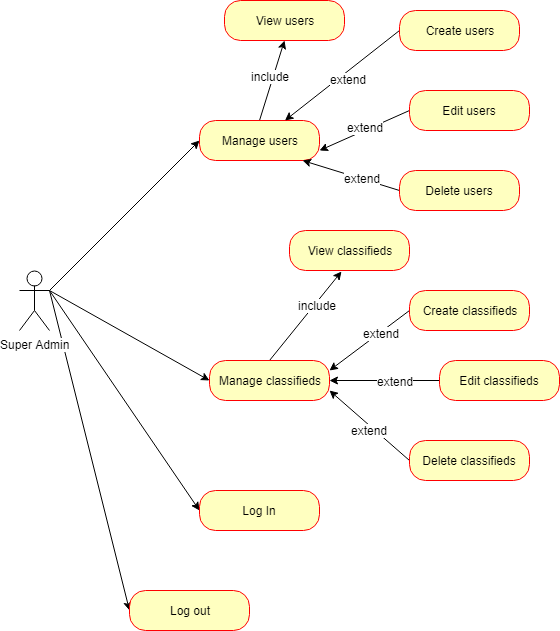
ioannidis/e-career-office-web-app keeps this draw.io diagram as diagrams/superadmin/use_case_phase_2.png. Above is the earlier version. Source tidied: cells renumbered, new cells last; positions are measured from the earlier drawing's top-left corner, leaving out a move shared by most shapes. The source it was exported from:
```xml
<mxGraphModel>
  <root>
    <mxCell id="0" />
    <mxCell id="1" parent="0" />
    <mxCell id="2" style="rounded=0;jettySize=auto;html=1;exitX=1;exitY=0.3333333333333333;exitDx=0;exitDy=0;exitPerimeter=0;entryX=0;entryY=0.5;entryDx=0;entryDy=0;" parent="1" edge="1" source="6" target="9">
      <mxGeometry relative="1" as="geometry" />
    </mxCell>
    <mxCell id="3" style="rounded=0;jettySize=auto;html=1;exitX=1;exitY=0.3333333333333333;exitDx=0;exitDy=0;exitPerimeter=0;entryX=0;entryY=0.5;entryDx=0;entryDy=0;" parent="1" edge="1" source="6" target="13">
      <mxGeometry relative="1" as="geometry" />
    </mxCell>
    <mxCell id="4" style="rounded=0;jettySize=auto;html=1;exitX=1;exitY=0.3333333333333333;exitDx=0;exitDy=0;exitPerimeter=0;entryX=0;entryY=0.5;entryDx=0;entryDy=0;" parent="1" edge="1" source="6" target="14">
      <mxGeometry relative="1" as="geometry" />
    </mxCell>
    <mxCell id="5" style="edgeStyle=none;rounded=0;jettySize=auto;html=1;exitX=1;exitY=0.3333333333333333;exitDx=0;exitDy=0;exitPerimeter=0;entryX=0;entryY=0.5;entryDx=0;entryDy=0;" parent="1" edge="1" source="6" target="12">
      <mxGeometry relative="1" as="geometry" />
    </mxCell>
    <mxCell id="6" value="Super Admin" style="shape=umlActor;verticalLabelPosition=bottom;labelBackgroundColor=#ffffff;verticalAlign=top;html=1;" parent="1" vertex="1">
      <mxGeometry y="270" width="30" height="60" as="geometry" />
    </mxCell>
    <mxCell id="7" style="edgeStyle=none;rounded=0;jettySize=auto;html=1;exitX=0.5;exitY=0;exitDx=0;exitDy=0;entryX=0.5;entryY=1;entryDx=0;entryDy=0;" parent="1" edge="1" source="9" target="33">
      <mxGeometry relative="1" as="geometry" />
    </mxCell>
    <mxCell id="8" value="include" style="text;html=1;align=center;verticalAlign=middle;labelBackgroundColor=#ffffff;" parent="7" vertex="1">
      <mxGeometry x="-0.22" relative="1" as="geometry">
        <mxPoint x="1" y="-13" as="offset" />
      </mxGeometry>
    </mxCell>
    <mxCell id="9" value="Manage users" style="rounded=1;whiteSpace=wrap;html=1;arcSize=40;fontColor=#000000;fillColor=#ffffc0;strokeColor=#ff0000;" parent="1" vertex="1">
      <mxGeometry x="180" y="120" width="120" height="40" as="geometry" />
    </mxCell>
    <mxCell id="10" style="edgeStyle=none;rounded=0;jettySize=auto;html=1;exitX=0.5;exitY=0;exitDx=0;exitDy=0;entryX=0.433;entryY=1.025;entryDx=0;entryDy=0;entryPerimeter=0;" parent="1" edge="1" source="12" target="34">
      <mxGeometry relative="1" as="geometry" />
    </mxCell>
    <mxCell id="11" value="include" style="text;html=1;align=center;verticalAlign=middle;labelBackgroundColor=#ffffff;" parent="10" vertex="1">
      <mxGeometry x="0.29" y="-3" relative="1" as="geometry">
        <mxPoint x="-1" as="offset" />
      </mxGeometry>
    </mxCell>
    <mxCell id="12" value="Manage classifieds" style="rounded=1;whiteSpace=wrap;html=1;arcSize=40;fontColor=#000000;fillColor=#ffffc0;strokeColor=#ff0000;" parent="1" vertex="1">
      <mxGeometry x="190" y="360" width="120" height="40" as="geometry" />
    </mxCell>
    <mxCell id="13" value="Log In" style="rounded=1;whiteSpace=wrap;html=1;arcSize=40;fontColor=#000000;fillColor=#ffffc0;strokeColor=#ff0000;" parent="1" vertex="1">
      <mxGeometry x="180" y="490" width="120" height="40" as="geometry" />
    </mxCell>
    <mxCell id="14" value="Log out" style="rounded=1;whiteSpace=wrap;html=1;arcSize=40;fontColor=#000000;fillColor=#ffffc0;strokeColor=#ff0000;" parent="1" vertex="1">
      <mxGeometry x="110" y="590" width="120" height="40" as="geometry" />
    </mxCell>
    <mxCell id="15" style="edgeStyle=none;rounded=0;jettySize=auto;html=1;exitX=0;exitY=0.5;exitDx=0;exitDy=0;" parent="1" edge="1" source="17" target="9">
      <mxGeometry relative="1" as="geometry" />
    </mxCell>
    <mxCell id="16" value="extend" style="text;html=1;align=center;verticalAlign=middle;labelBackgroundColor=#ffffff;" parent="15" vertex="1">
      <mxGeometry x="0.22" y="4" relative="1" as="geometry">
        <mxPoint x="16" y="-9.5" as="offset" />
      </mxGeometry>
    </mxCell>
    <mxCell id="17" value="Create users" style="rounded=1;whiteSpace=wrap;html=1;arcSize=40;fontColor=#000000;fillColor=#ffffc0;strokeColor=#ff0000;" parent="1" vertex="1">
      <mxGeometry x="380" y="10" width="120" height="40" as="geometry" />
    </mxCell>
    <mxCell id="18" style="edgeStyle=none;rounded=0;jettySize=auto;html=1;exitX=0;exitY=0.5;exitDx=0;exitDy=0;entryX=1;entryY=0.75;entryDx=0;entryDy=0;" parent="1" edge="1" source="20" target="9">
      <mxGeometry relative="1" as="geometry" />
    </mxCell>
    <mxCell id="19" value="extend" style="text;html=1;align=center;verticalAlign=middle;labelBackgroundColor=#ffffff;" parent="18" vertex="1">
      <mxGeometry x="0.22" y="4" relative="1" as="geometry">
        <mxPoint x="9" y="-12" as="offset" />
      </mxGeometry>
    </mxCell>
    <mxCell id="20" value="Edit users" style="rounded=1;whiteSpace=wrap;html=1;arcSize=40;fontColor=#000000;fillColor=#ffffc0;strokeColor=#ff0000;" parent="1" vertex="1">
      <mxGeometry x="390" y="90" width="120" height="40" as="geometry" />
    </mxCell>
    <mxCell id="21" style="edgeStyle=none;rounded=0;jettySize=auto;html=1;exitX=0;exitY=0.5;exitDx=0;exitDy=0;entryX=0.858;entryY=1;entryDx=0;entryDy=0;entryPerimeter=0;" parent="1" edge="1" source="23" target="9">
      <mxGeometry relative="1" as="geometry" />
    </mxCell>
    <mxCell id="22" value="extend" style="text;html=1;align=center;verticalAlign=middle;labelBackgroundColor=#ffffff;" parent="21" vertex="1">
      <mxGeometry x="-0.22" y="-1" relative="1" as="geometry" />
    </mxCell>
    <mxCell id="23" value="Delete users&lt;br&gt;" style="rounded=1;whiteSpace=wrap;html=1;arcSize=40;fontColor=#000000;fillColor=#ffffc0;strokeColor=#ff0000;" parent="1" vertex="1">
      <mxGeometry x="380" y="170" width="120" height="40" as="geometry" />
    </mxCell>
    <mxCell id="24" style="edgeStyle=none;rounded=0;jettySize=auto;html=1;exitX=0;exitY=0.5;exitDx=0;exitDy=0;entryX=1;entryY=0.25;entryDx=0;entryDy=0;" parent="1" edge="1" source="26" target="12">
      <mxGeometry relative="1" as="geometry" />
    </mxCell>
    <mxCell id="25" value="extend" style="text;html=1;align=center;verticalAlign=middle;labelBackgroundColor=#ffffff;" parent="24" vertex="1">
      <mxGeometry x="-0.28" y="1" relative="1" as="geometry" />
    </mxCell>
    <mxCell id="26" value="Create classifieds" style="rounded=1;whiteSpace=wrap;html=1;arcSize=40;fontColor=#000000;fillColor=#ffffc0;strokeColor=#ff0000;" parent="1" vertex="1">
      <mxGeometry x="390" y="290" width="120" height="40" as="geometry" />
    </mxCell>
    <mxCell id="27" style="edgeStyle=none;rounded=0;jettySize=auto;html=1;exitX=0;exitY=0.5;exitDx=0;exitDy=0;entryX=1;entryY=0.5;entryDx=0;entryDy=0;" parent="1" edge="1" source="29" target="12">
      <mxGeometry relative="1" as="geometry" />
    </mxCell>
    <mxCell id="28" value="extend" style="text;html=1;align=center;verticalAlign=middle;labelBackgroundColor=#ffffff;" parent="27" vertex="1">
      <mxGeometry x="-0.18" relative="1" as="geometry" />
    </mxCell>
    <mxCell id="29" value="Edit classifieds" style="rounded=1;whiteSpace=wrap;html=1;arcSize=40;fontColor=#000000;fillColor=#ffffc0;strokeColor=#ff0000;" parent="1" vertex="1">
      <mxGeometry x="420" y="360" width="120" height="40" as="geometry" />
    </mxCell>
    <mxCell id="30" style="edgeStyle=none;rounded=0;jettySize=auto;html=1;exitX=0;exitY=0.5;exitDx=0;exitDy=0;entryX=1;entryY=0.75;entryDx=0;entryDy=0;" parent="1" edge="1" source="32" target="12">
      <mxGeometry relative="1" as="geometry" />
    </mxCell>
    <mxCell id="31" value="extend" style="text;html=1;align=center;verticalAlign=middle;labelBackgroundColor=#ffffff;" parent="30" vertex="1">
      <mxGeometry x="0.25" y="-2" relative="1" as="geometry">
        <mxPoint x="9" y="15.5" as="offset" />
      </mxGeometry>
    </mxCell>
    <mxCell id="32" value="Delete classifieds" style="rounded=1;whiteSpace=wrap;html=1;arcSize=40;fontColor=#000000;fillColor=#ffffc0;strokeColor=#ff0000;" parent="1" vertex="1">
      <mxGeometry x="390" y="440" width="120" height="40" as="geometry" />
    </mxCell>
    <mxCell id="33" value="View users" style="rounded=1;whiteSpace=wrap;html=1;arcSize=40;fontColor=#000000;fillColor=#ffffc0;strokeColor=#ff0000;" parent="1" vertex="1">
      <mxGeometry x="205" width="120" height="40" as="geometry" />
    </mxCell>
    <mxCell id="34" value="View classifieds" style="rounded=1;whiteSpace=wrap;html=1;arcSize=40;fontColor=#000000;fillColor=#ffffc0;strokeColor=#ff0000;" parent="1" vertex="1">
      <mxGeometry x="270" y="230" width="120" height="40" as="geometry" />
    </mxCell>
    <mxCell id="35" style="edgeStyle=orthogonalEdgeStyle;rounded=0;orthogonalLoop=1;jettySize=auto;html=1;exitX=0.5;exitY=1;exitDx=0;exitDy=0;" parent="1" edge="1" source="33" target="33">
      <mxGeometry relative="1" as="geometry" />
    </mxCell>
  </root>
</mxGraphModel>
```
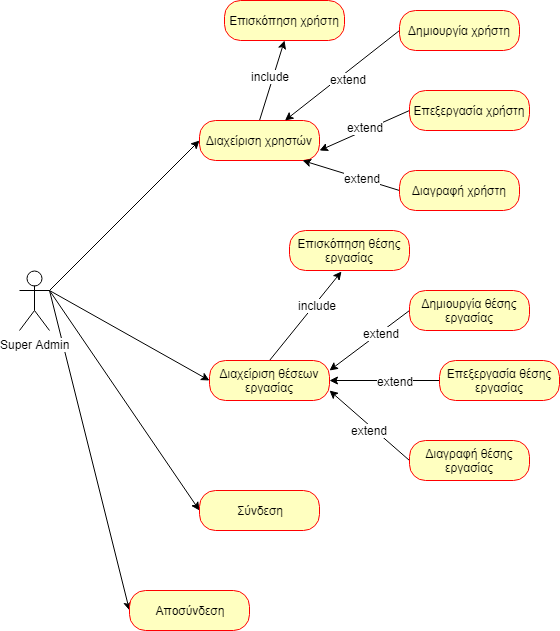
Above is the later version.

Diff of the diagram source:
```diff
@@ -25,7 +25,7 @@
         <mxPoint x="1" y="-13" as="offset" />
       </mxGeometry>
     </mxCell>
-    <mxCell id="9" value="Manage users" style="rounded=1;whiteSpace=wrap;html=1;arcSize=40;fontColor=#000000;fillColor=#ffffc0;strokeColor=#ff0000;" parent="1" vertex="1">
+    <mxCell id="9" value="Διαχείριση χρηστών" style="rounded=1;whiteSpace=wrap;html=1;arcSize=40;fontColor=#000000;fillColor=#ffffc0;strokeColor=#ff0000;" parent="1" vertex="1">
       <mxGeometry x="180" y="120" width="120" height="40" as="geometry" />
     </mxCell>
     <mxCell id="10" style="edgeStyle=none;rounded=0;jettySize=auto;html=1;exitX=0.5;exitY=0;exitDx=0;exitDy=0;entryX=0.433;entryY=1.025;entryDx=0;entryDy=0;entryPerimeter=0;" parent="1" edge="1" source="12" target="34">
@@ -36,13 +36,13 @@
         <mxPoint x="-1" as="offset" />
       </mxGeometry>
     </mxCell>
-    <mxCell id="12" value="Manage classifieds" style="rounded=1;whiteSpace=wrap;html=1;arcSize=40;fontColor=#000000;fillColor=#ffffc0;strokeColor=#ff0000;" parent="1" vertex="1">
+    <mxCell id="12" value="Διαχείριση θέσεων εργασίας" style="rounded=1;whiteSpace=wrap;html=1;arcSize=40;fontColor=#000000;fillColor=#ffffc0;strokeColor=#ff0000;" parent="1" vertex="1">
       <mxGeometry x="190" y="360" width="120" height="40" as="geometry" />
     </mxCell>
-    <mxCell id="13" value="Log In" style="rounded=1;whiteSpace=wrap;html=1;arcSize=40;fontColor=#000000;fillColor=#ffffc0;strokeColor=#ff0000;" parent="1" vertex="1">
+    <mxCell id="13" value="Σύνδεση" style="rounded=1;whiteSpace=wrap;html=1;arcSize=40;fontColor=#000000;fillColor=#ffffc0;strokeColor=#ff0000;" parent="1" vertex="1">
       <mxGeometry x="180" y="490" width="120" height="40" as="geometry" />
     </mxCell>
-    <mxCell id="14" value="Log out" style="rounded=1;whiteSpace=wrap;html=1;arcSize=40;fontColor=#000000;fillColor=#ffffc0;strokeColor=#ff0000;" parent="1" vertex="1">
+    <mxCell id="14" value="Αποσύνδεση" style="rounded=1;whiteSpace=wrap;html=1;arcSize=40;fontColor=#000000;fillColor=#ffffc0;strokeColor=#ff0000;" parent="1" vertex="1">
       <mxGeometry x="110" y="590" width="120" height="40" as="geometry" />
     </mxCell>
     <mxCell id="15" style="edgeStyle=none;rounded=0;jettySize=auto;html=1;exitX=0;exitY=0.5;exitDx=0;exitDy=0;" parent="1" edge="1" source="17" target="9">
@@ -53,7 +53,7 @@
         <mxPoint x="16" y="-9.5" as="offset" />
       </mxGeometry>
     </mxCell>
-    <mxCell id="17" value="Create users" style="rounded=1;whiteSpace=wrap;html=1;arcSize=40;fontColor=#000000;fillColor=#ffffc0;strokeColor=#ff0000;" parent="1" vertex="1">
+    <mxCell id="17" value="Δημιουργία χρήστη" style="rounded=1;whiteSpace=wrap;html=1;arcSize=40;fontColor=#000000;fillColor=#ffffc0;strokeColor=#ff0000;" parent="1" vertex="1">
       <mxGeometry x="380" y="10" width="120" height="40" as="geometry" />
     </mxCell>
     <mxCell id="18" style="edgeStyle=none;rounded=0;jettySize=auto;html=1;exitX=0;exitY=0.5;exitDx=0;exitDy=0;entryX=1;entryY=0.75;entryDx=0;entryDy=0;" parent="1" edge="1" source="20" target="9">
@@ -64,7 +64,7 @@
         <mxPoint x="9" y="-12" as="offset" />
       </mxGeometry>
     </mxCell>
-    <mxCell id="20" value="Edit users" style="rounded=1;whiteSpace=wrap;html=1;arcSize=40;fontColor=#000000;fillColor=#ffffc0;strokeColor=#ff0000;" parent="1" vertex="1">
+    <mxCell id="20" value="Επεξεργασία χρήστη" style="rounded=1;whiteSpace=wrap;html=1;arcSize=40;fontColor=#000000;fillColor=#ffffc0;strokeColor=#ff0000;" parent="1" vertex="1">
       <mxGeometry x="390" y="90" width="120" height="40" as="geometry" />
     </mxCell>
     <mxCell id="21" style="edgeStyle=none;rounded=0;jettySize=auto;html=1;exitX=0;exitY=0.5;exitDx=0;exitDy=0;entryX=0.858;entryY=1;entryDx=0;entryDy=0;entryPerimeter=0;" parent="1" edge="1" source="23" target="9">
@@ -73,7 +73,7 @@
     <mxCell id="22" value="extend" style="text;html=1;align=center;verticalAlign=middle;labelBackgroundColor=#ffffff;" parent="21" vertex="1">
       <mxGeometry x="-0.22" y="-1" relative="1" as="geometry" />
     </mxCell>
-    <mxCell id="23" value="Delete users&lt;br&gt;" style="rounded=1;whiteSpace=wrap;html=1;arcSize=40;fontColor=#000000;fillColor=#ffffc0;strokeColor=#ff0000;" parent="1" vertex="1">
+    <mxCell id="23" value="Διαγραφή χρήστη&lt;br&gt;" style="rounded=1;whiteSpace=wrap;html=1;arcSize=40;fontColor=#000000;fillColor=#ffffc0;strokeColor=#ff0000;" parent="1" vertex="1">
       <mxGeometry x="380" y="170" width="120" height="40" as="geometry" />
     </mxCell>
     <mxCell id="24" style="edgeStyle=none;rounded=0;jettySize=auto;html=1;exitX=0;exitY=0.5;exitDx=0;exitDy=0;entryX=1;entryY=0.25;entryDx=0;entryDy=0;" parent="1" edge="1" source="26" target="12">
@@ -82,7 +82,7 @@
     <mxCell id="25" value="extend" style="text;html=1;align=center;verticalAlign=middle;labelBackgroundColor=#ffffff;" parent="24" vertex="1">
       <mxGeometry x="-0.28" y="1" relative="1" as="geometry" />
     </mxCell>
-    <mxCell id="26" value="Create classifieds" style="rounded=1;whiteSpace=wrap;html=1;arcSize=40;fontColor=#000000;fillColor=#ffffc0;strokeColor=#ff0000;" parent="1" vertex="1">
+    <mxCell id="26" value="Δημιουργία θέσης εργασίας" style="rounded=1;whiteSpace=wrap;html=1;arcSize=40;fontColor=#000000;fillColor=#ffffc0;strokeColor=#ff0000;" parent="1" vertex="1">
       <mxGeometry x="390" y="290" width="120" height="40" as="geometry" />
     </mxCell>
     <mxCell id="27" style="edgeStyle=none;rounded=0;jettySize=auto;html=1;exitX=0;exitY=0.5;exitDx=0;exitDy=0;entryX=1;entryY=0.5;entryDx=0;entryDy=0;" parent="1" edge="1" source="29" target="12">
@@ -91,7 +91,7 @@
     <mxCell id="28" value="extend" style="text;html=1;align=center;verticalAlign=middle;labelBackgroundColor=#ffffff;" parent="27" vertex="1">
       <mxGeometry x="-0.18" relative="1" as="geometry" />
     </mxCell>
-    <mxCell id="29" value="Edit classifieds" style="rounded=1;whiteSpace=wrap;html=1;arcSize=40;fontColor=#000000;fillColor=#ffffc0;strokeColor=#ff0000;" parent="1" vertex="1">
+    <mxCell id="29" value="Επεξεργασία θέσης εργασίας" style="rounded=1;whiteSpace=wrap;html=1;arcSize=40;fontColor=#000000;fillColor=#ffffc0;strokeColor=#ff0000;" parent="1" vertex="1">
       <mxGeometry x="420" y="360" width="120" height="40" as="geometry" />
     </mxCell>
     <mxCell id="30" style="edgeStyle=none;rounded=0;jettySize=auto;html=1;exitX=0;exitY=0.5;exitDx=0;exitDy=0;entryX=1;entryY=0.75;entryDx=0;entryDy=0;" parent="1" edge="1" source="32" target="12">
@@ -102,13 +102,13 @@
         <mxPoint x="9" y="15.5" as="offset" />
       </mxGeometry>
     </mxCell>
-    <mxCell id="32" value="Delete classifieds" style="rounded=1;whiteSpace=wrap;html=1;arcSize=40;fontColor=#000000;fillColor=#ffffc0;strokeColor=#ff0000;" parent="1" vertex="1">
+    <mxCell id="32" value="Διαγραφή θέσης εργασίας" style="rounded=1;whiteSpace=wrap;html=1;arcSize=40;fontColor=#000000;fillColor=#ffffc0;strokeColor=#ff0000;" parent="1" vertex="1">
       <mxGeometry x="390" y="440" width="120" height="40" as="geometry" />
     </mxCell>
-    <mxCell id="33" value="View users" style="rounded=1;whiteSpace=wrap;html=1;arcSize=40;fontColor=#000000;fillColor=#ffffc0;strokeColor=#ff0000;" parent="1" vertex="1">
+    <mxCell id="33" value="Επισκόπηση χρήστη" style="rounded=1;whiteSpace=wrap;html=1;arcSize=40;fontColor=#000000;fillColor=#ffffc0;strokeColor=#ff0000;" parent="1" vertex="1">
       <mxGeometry x="205" width="120" height="40" as="geometry" />
     </mxCell>
-    <mxCell id="34" value="View classifieds" style="rounded=1;whiteSpace=wrap;html=1;arcSize=40;fontColor=#000000;fillColor=#ffffc0;strokeColor=#ff0000;" parent="1" vertex="1">
+    <mxCell id="34" value="Επισκόπηση θέσης εργασίας" style="rounded=1;whiteSpace=wrap;html=1;arcSize=40;fontColor=#000000;fillColor=#ffffc0;strokeColor=#ff0000;" parent="1" vertex="1">
       <mxGeometry x="270" y="230" width="120" height="40" as="geometry" />
     </mxCell>
     <mxCell id="35" style="edgeStyle=orthogonalEdgeStyle;rounded=0;orthogonalLoop=1;jettySize=auto;html=1;exitX=0.5;exitY=1;exitDx=0;exitDy=0;" parent="1" edge="1" source="33" target="33">
```
